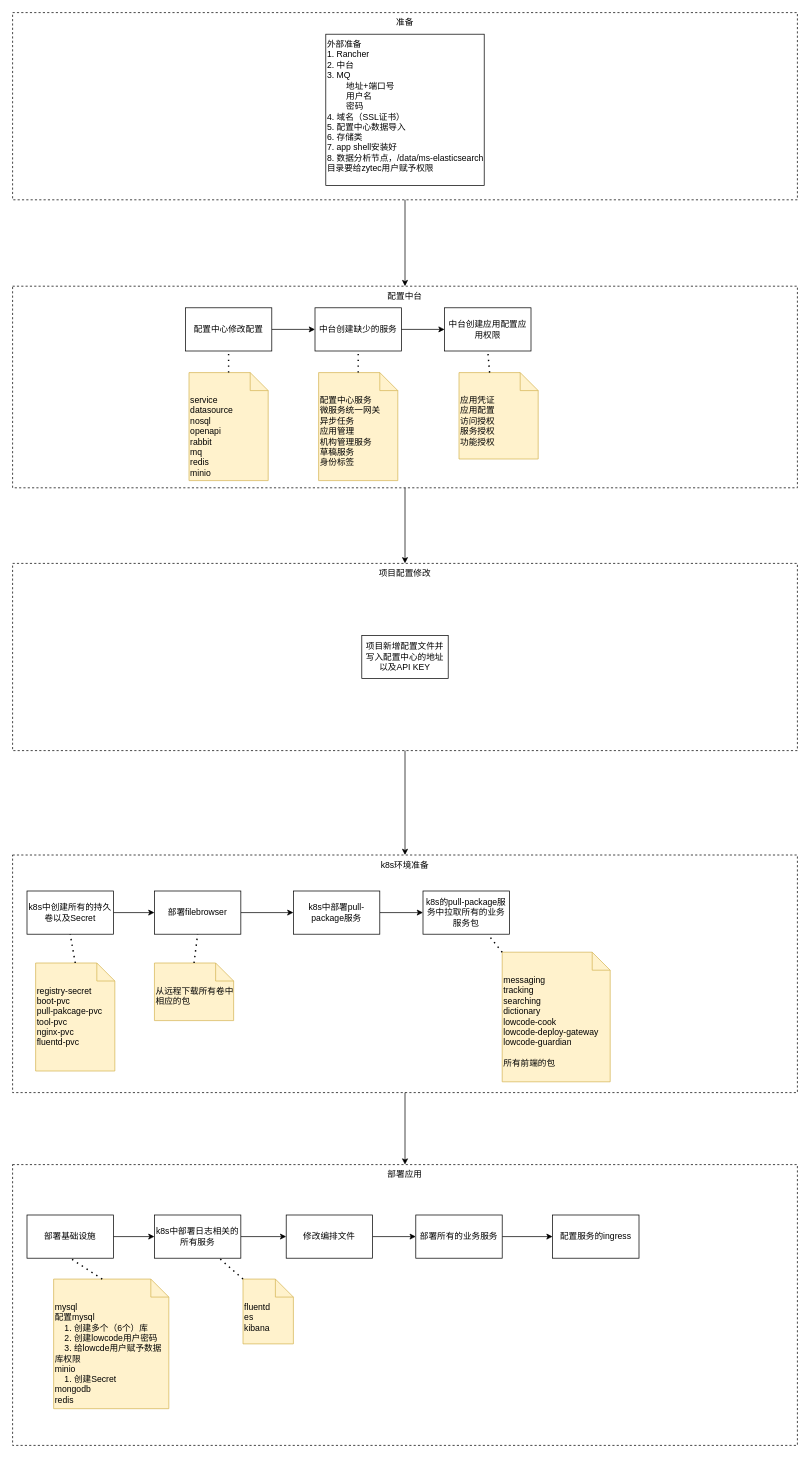
This is 部署流程.drawio from ProgrammerLZ/drawio, a draw.io file, before an edit. Source tidied: cells renumbered, new cells numbered last; positions are measured from the earlier drawing's top-left corner, leaving out a move shared by most shapes. Both pictures are drawn from the tidied source at 72%, with x=0, y=0 at pixel (12, 12).
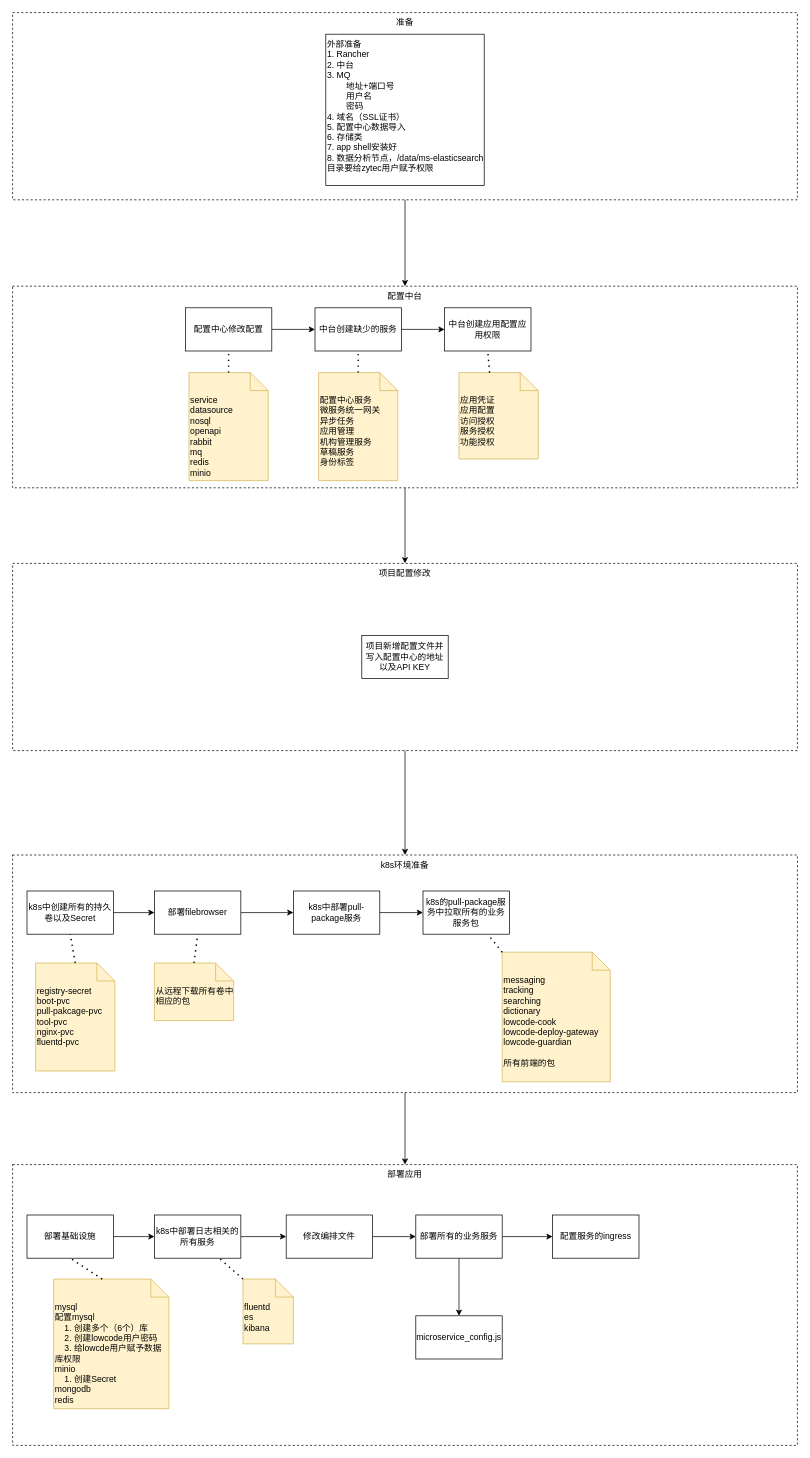
The same diagram, later.

Commit message:
更新部署流程.drawio

The change refers to these unchanged cells:
```xml
<mxCell id="48" value="部署所有的业务服务" style="rounded=0;whiteSpace=wrap;html=1;" parent="1" vertex="1">
  <mxGeometry x="560" y="1670" width="120" height="60" as="geometry" />
</mxCell>
```

Change to the diagram source:
```diff
@@
+    <mxCell id="50" style="edgeStyle=orthogonalEdgeStyle;rounded=0;jettySize=auto;html=1;" parent="1" edge="1" source="48" target="51">
+      <mxGeometry relative="1" as="geometry" />
+    </mxCell>
@@
+    <mxCell id="51" value="microservice_config.js" style="rounded=0;whiteSpace=wrap;html=1;" parent="1" vertex="1">
+      <mxGeometry x="560" y="1810" width="120" height="60" as="geometry" />
+    </mxCell>
```
